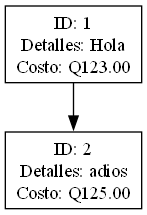
This is Fase 2/AutoGestPro/Reportes/ÁrbolBinarioServicios.png from JavierVelasquez39/-EDD-1S2025_202307775, a Graphviz export, as it was before one commit. Its source is kept beside it as Fase 2/AutoGestPro/Reportes/ÁrbolBinarioServicios.dot. Source of this version:
```dot
digraph ArbolBinarioServicios {
node [shape=record];
"1" [label="ID: 1\nDetalles: Hola\nCosto: Q123.00"];
"1" -> "2";
"2" [label="ID: 2\nDetalles: adios\nCosto: Q125.00"];
}
```
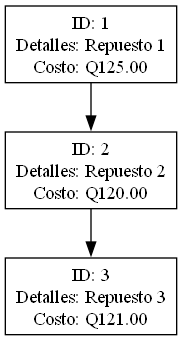
The same diagram one commit later.

What changed in the source:
```diff
@@ -1,6 +1,8 @@
 digraph ArbolBinarioServicios {
 node [shape=record];
-"1" [label="ID: 1\nDetalles: Hola\nCosto: Q123.00"];
+"1" [label="ID: 1\nDetalles: Repuesto 1\nCosto: Q125.00"];
 "1" -> "2";
-"2" [label="ID: 2\nDetalles: adios\nCosto: Q125.00"];
+"2" [label="ID: 2\nDetalles: Repuesto 2\nCosto: Q120.00"];
+"2" -> "3";
+"3" [label="ID: 3\nDetalles: Repuesto 3\nCosto: Q121.00"];
 }
```
